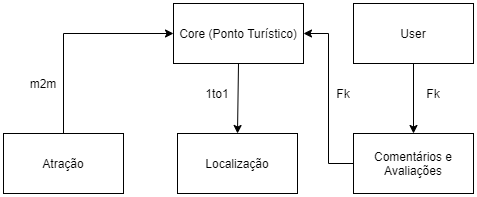
Earlier version of the draw.io export pontos_turisticos_udemy/diagrama.png (nico-est/nico-est.github.io). Source tidied: cells renumbered, new cells last; positions are measured from the earlier drawing's top-left corner, leaving out a move shared by most shapes.
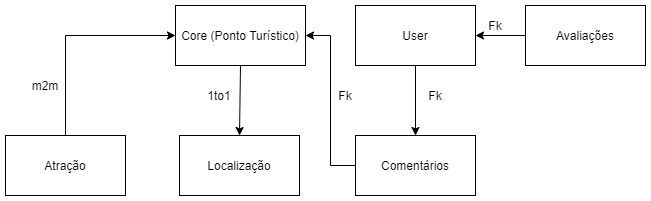
Above is the later version.

Change to the diagram source:
```diff
@@ -22,7 +22,7 @@
     <mxCell id="7" style="edgeStyle=orthogonalEdgeStyle;rounded=0;jettySize=auto;html=1;exitX=0;exitY=0.5;exitDx=0;exitDy=0;entryX=1;entryY=0.5;entryDx=0;entryDy=0;" parent="1" edge="1" source="8" target="2">
       <mxGeometry relative="1" as="geometry" />
     </mxCell>
-    <mxCell id="8" value="Comentários e Avaliações" style="rounded=0;whiteSpace=wrap;html=1;" parent="1" vertex="1">
+    <mxCell id="8" value="Comentários" style="rounded=0;whiteSpace=wrap;html=1;" parent="1" vertex="1">
       <mxGeometry x="350" y="130" width="120" height="60" as="geometry" />
     </mxCell>
     <mxCell id="9" style="edgeStyle=orthogonalEdgeStyle;rounded=0;jettySize=auto;html=1;exitX=0.5;exitY=0;exitDx=0;exitDy=0;entryX=0;entryY=0.5;entryDx=0;entryDy=0;" parent="1" edge="1" source="10" target="2">
@@ -43,5 +43,14 @@
     <mxCell id="14" value="Fk" style="text;html=1;strokeColor=none;fillColor=none;align=center;verticalAlign=middle;whiteSpace=wrap;rounded=0;" parent="1" vertex="1">
       <mxGeometry x="320" y="80" width="40" height="20" as="geometry" />
     </mxCell>
+    <mxCell id="15" value="Avaliações" style="rounded=0;whiteSpace=wrap;html=1;" parent="1" vertex="1">
+      <mxGeometry x="520" width="120" height="60" as="geometry" />
+    </mxCell>
+    <mxCell id="16" style="edgeStyle=orthogonalEdgeStyle;rounded=0;jettySize=auto;html=1;exitX=0;exitY=0.5;exitDx=0;exitDy=0;entryX=1;entryY=0.5;entryDx=0;entryDy=0;" parent="1" edge="1" source="15" target="6">
+      <mxGeometry relative="1" as="geometry" />
+    </mxCell>
+    <mxCell id="17" value="Fk" style="text;html=1;strokeColor=none;fillColor=none;align=center;verticalAlign=middle;whiteSpace=wrap;rounded=0;" parent="1" vertex="1">
+      <mxGeometry x="470" y="10" width="40" height="20" as="geometry" />
+    </mxCell>
   </root>
 </mxGraphModel>
```
